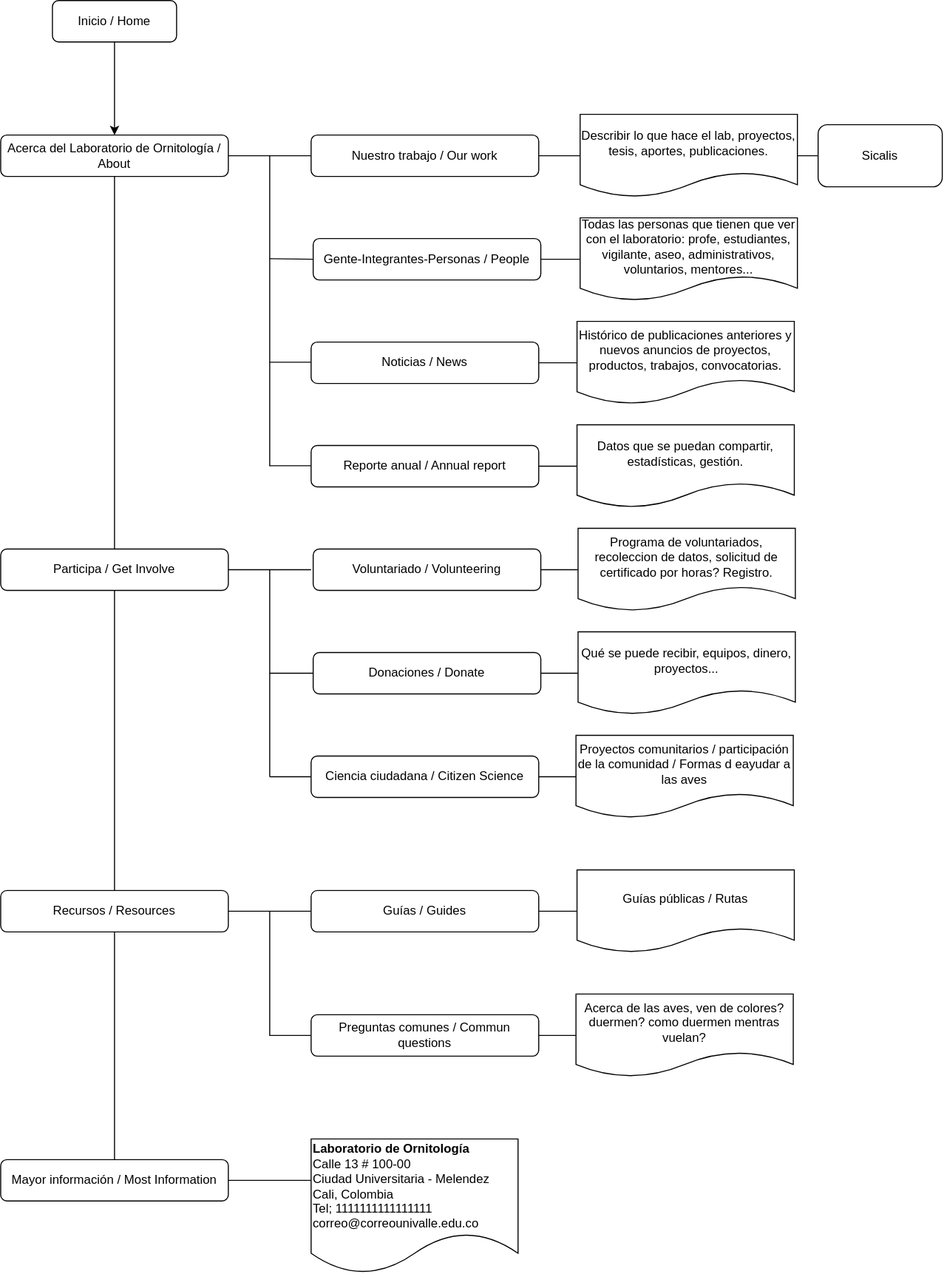
isabelyb/univalle keeps this draw.io diagram as univalle.drawio.svg. Above is the earlier version. Source tidied: cells renumbered, new cells last; positions are measured from the earlier drawing's top-left corner, leaving out a move shared by most shapes.
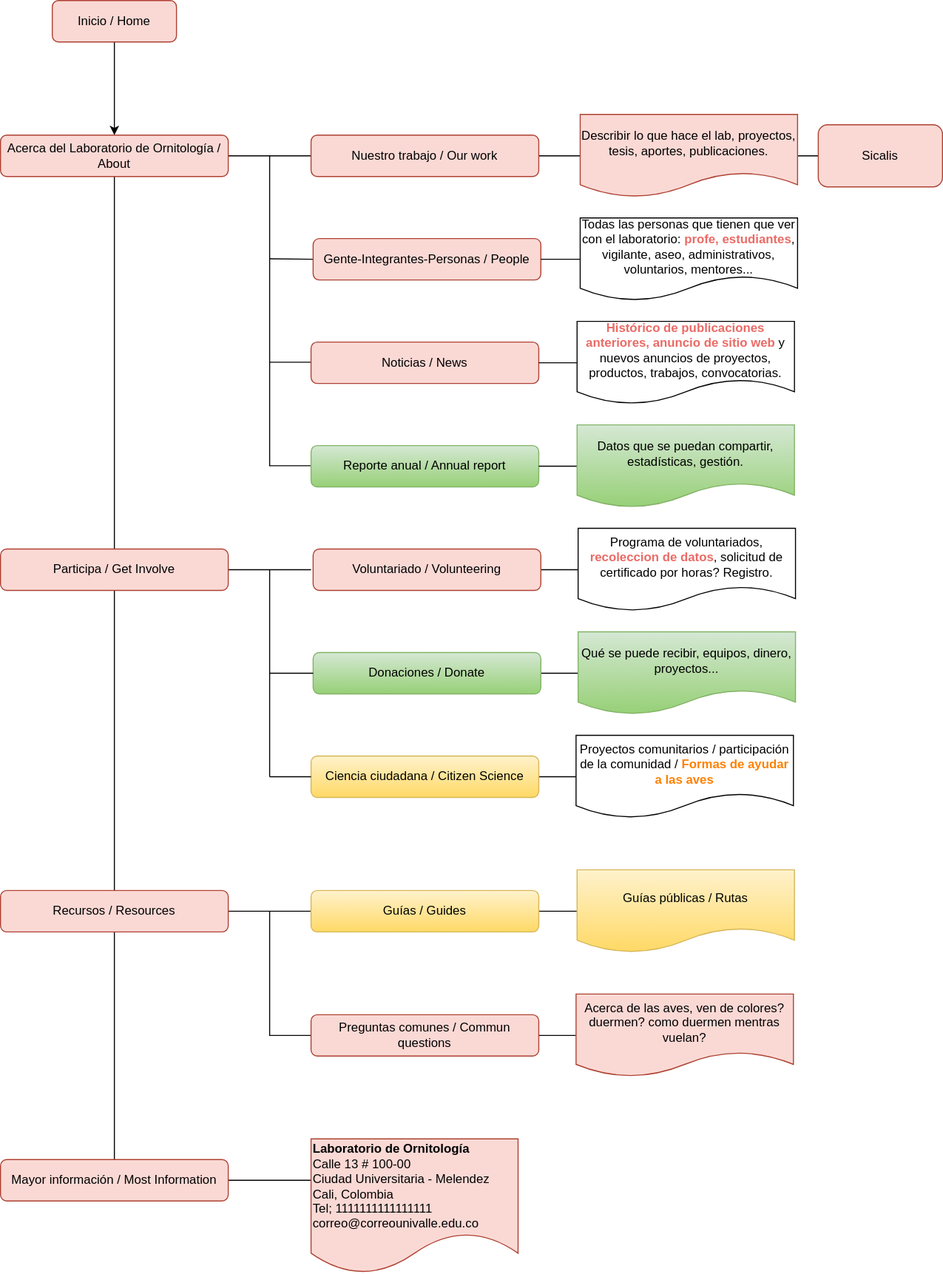
The same file after the commit.

Diff of the diagram source:
```diff
@@ -5,7 +5,7 @@
     <mxCell id="2" style="edgeStyle=orthogonalEdgeStyle;rounded=0;jettySize=auto;html=1;" parent="1" edge="1" source="3" target="6">
       <mxGeometry relative="1" as="geometry" />
     </mxCell>
-    <mxCell id="3" value="Inicio / Home" style="rounded=1;whiteSpace=wrap;html=1;fontSize=12;glass=0;strokeWidth=1;shadow=0;" parent="1" vertex="1">
+    <mxCell id="3" value="Inicio / Home" style="rounded=1;whiteSpace=wrap;html=1;fontSize=12;glass=0;strokeWidth=1;shadow=0;fillColor=#fad9d5;strokeColor=#ae4132;" parent="1" vertex="1">
       <mxGeometry x="50" width="120" height="40" as="geometry" />
     </mxCell>
     <mxCell id="4" style="edgeStyle=orthogonalEdgeStyle;rounded=0;jettySize=auto;html=1;endArrow=none;endFill=0;" parent="1" edge="1" source="6" target="8">
@@ -14,13 +14,13 @@
     <mxCell id="5" style="edgeStyle=orthogonalEdgeStyle;rounded=0;jettySize=auto;html=1;endArrow=none;endFill=0;" parent="1" edge="1" source="6" target="26">
       <mxGeometry relative="1" as="geometry" />
     </mxCell>
-    <mxCell id="6" value="Acerca del Laboratorio de Ornitología / About" style="rounded=1;whiteSpace=wrap;html=1;fontSize=12;glass=0;strokeWidth=1;shadow=0;" parent="1" vertex="1">
+    <mxCell id="6" value="Acerca del Laboratorio de Ornitología / About" style="rounded=1;whiteSpace=wrap;html=1;fontSize=12;glass=0;strokeWidth=1;shadow=0;fillColor=#fad9d5;strokeColor=#ae4132;" parent="1" vertex="1">
       <mxGeometry y="130" width="220" height="40" as="geometry" />
     </mxCell>
     <mxCell id="7" style="edgeStyle=orthogonalEdgeStyle;rounded=0;jettySize=auto;html=1;endArrow=none;endFill=0;" parent="1" edge="1" source="8" target="20">
       <mxGeometry relative="1" as="geometry" />
     </mxCell>
-    <mxCell id="8" value="Nuestro trabajo / Our work" style="rounded=1;whiteSpace=wrap;html=1;fontSize=12;glass=0;strokeWidth=1;shadow=0;" parent="1" vertex="1">
+    <mxCell id="8" value="Nuestro trabajo / Our work" style="rounded=1;whiteSpace=wrap;html=1;fontSize=12;glass=0;strokeWidth=1;shadow=0;fillColor=#fad9d5;strokeColor=#ae4132;" parent="1" vertex="1">
       <mxGeometry x="300" y="130" width="220" height="40" as="geometry" />
     </mxCell>
     <mxCell id="9" style="endArrow=none;html=1;rounded=0;endFill=0;" parent="1" edge="1">
@@ -34,7 +34,7 @@
         <mxPoint x="260" y="249.5" as="sourcePoint" />
       </mxGeometry>
     </mxCell>
-    <mxCell id="11" value="Gente-Integrantes-Personas / People" style="rounded=1;whiteSpace=wrap;html=1;fontSize=12;glass=0;strokeWidth=1;shadow=0;" parent="1" vertex="1">
+    <mxCell id="11" value="Gente-Integrantes-Personas / People" style="rounded=1;whiteSpace=wrap;html=1;fontSize=12;glass=0;strokeWidth=1;shadow=0;fillColor=#fad9d5;strokeColor=#ae4132;" parent="1" vertex="1">
       <mxGeometry x="302" y="230" width="220" height="40" as="geometry" />
     </mxCell>
     <mxCell id="12" style="endArrow=none;html=1;rounded=0;endFill=0;" parent="1" edge="1">
@@ -46,7 +46,7 @@
         </Array>
       </mxGeometry>
     </mxCell>
-    <mxCell id="13" value="Noticias / News" style="rounded=1;whiteSpace=wrap;html=1;fontSize=12;glass=0;strokeWidth=1;shadow=0;" parent="1" vertex="1">
+    <mxCell id="13" value="Noticias / News" style="rounded=1;whiteSpace=wrap;html=1;fontSize=12;glass=0;strokeWidth=1;shadow=0;fillColor=#fad9d5;strokeColor=#ae4132;" parent="1" vertex="1">
       <mxGeometry x="300" y="330" width="220" height="40" as="geometry" />
     </mxCell>
     <mxCell id="14" style="endArrow=none;html=1;rounded=0;endFill=0;" parent="1" edge="1">
@@ -58,13 +58,13 @@
         </Array>
       </mxGeometry>
     </mxCell>
-    <mxCell id="15" value="Reporte anual / Annual report" style="rounded=1;whiteSpace=wrap;html=1;fontSize=12;glass=0;strokeWidth=1;shadow=0;" parent="1" vertex="1">
+    <mxCell id="15" value="Reporte anual / Annual report" style="rounded=1;whiteSpace=wrap;html=1;fontSize=12;glass=0;strokeWidth=1;shadow=0;fillColor=#d5e8d4;gradientColor=#97d077;strokeColor=#82b366;" parent="1" vertex="1">
       <mxGeometry x="300" y="430" width="220" height="40" as="geometry" />
     </mxCell>
     <mxCell id="16" style="edgeStyle=orthogonalEdgeStyle;rounded=0;jettySize=auto;html=1;endArrow=none;endFill=0;" parent="1" edge="1" source="17" target="15">
       <mxGeometry relative="1" as="geometry" />
     </mxCell>
-    <mxCell id="17" value="Datos que se puedan compartir, estadísticas, gestión." style="shape=document;whiteSpace=wrap;html=1;boundedLbl=1;rounded=1;shadow=0;strokeWidth=1;glass=0;" parent="1" vertex="1">
+    <mxCell id="17" value="Datos que se puedan compartir, estadísticas, gestión." style="shape=document;whiteSpace=wrap;html=1;boundedLbl=1;rounded=1;shadow=0;strokeWidth=1;glass=0;fillColor=#d5e8d4;gradientColor=#97d077;strokeColor=#82b366;" parent="1" vertex="1">
       <mxGeometry x="557" y="410" width="210" height="80" as="geometry" />
     </mxCell>
     <mxCell id="18" style="edgeStyle=orthogonalEdgeStyle;rounded=0;jettySize=auto;html=1;endArrow=none;endFill=0;exitX=1;exitY=0.5;exitDx=0;exitDy=0;exitPerimeter=0;" parent="1" edge="1" source="11" target="21">
@@ -73,16 +73,16 @@
     <mxCell id="19" style="edgeStyle=orthogonalEdgeStyle;rounded=0;jettySize=auto;html=1;endArrow=none;endFill=0;" parent="1" edge="1" source="20" target="52">
       <mxGeometry relative="1" as="geometry" />
     </mxCell>
-    <mxCell id="20" value="Describir lo que hace el lab, proyectos, tesis, aportes, publicaciones." style="shape=document;whiteSpace=wrap;html=1;boundedLbl=1;rounded=1;shadow=0;strokeWidth=1;glass=0;" parent="1" vertex="1">
+    <mxCell id="20" value="Describir lo que hace el lab, proyectos, tesis, aportes, publicaciones." style="shape=document;whiteSpace=wrap;html=1;boundedLbl=1;rounded=1;shadow=0;strokeWidth=1;glass=0;fillColor=#fad9d5;strokeColor=#ae4132;" parent="1" vertex="1">
       <mxGeometry x="560" y="110" width="210" height="80" as="geometry" />
     </mxCell>
-    <mxCell id="21" value="Todas las personas que tienen que ver con el laboratorio: profe, estudiantes, vigilante, aseo, administrativos, voluntarios, mentores..." style="shape=document;whiteSpace=wrap;html=1;boundedLbl=1;rounded=1;shadow=0;strokeWidth=1;glass=0;" parent="1" vertex="1">
+    <mxCell id="21" value="Todas las personas que tienen que ver con el laboratorio: &lt;font color=&quot;#ea6b66&quot;&gt;&lt;b&gt;profe, estudiantes&lt;/b&gt;&lt;/font&gt;, vigilante, aseo, administrativos, voluntarios, mentores..." style="shape=document;whiteSpace=wrap;html=1;boundedLbl=1;rounded=1;shadow=0;strokeWidth=1;glass=0;" parent="1" vertex="1">
       <mxGeometry x="560" y="210" width="210" height="80" as="geometry" />
     </mxCell>
     <mxCell id="22" style="edgeStyle=orthogonalEdgeStyle;rounded=0;jettySize=auto;html=1;endArrow=none;endFill=0;exitX=1;exitY=0.5;exitDx=0;exitDy=0;" parent="1" edge="1" source="13" target="23">
       <mxGeometry relative="1" as="geometry" />
     </mxCell>
-    <mxCell id="23" value="Histórico de publicaciones anteriores y nuevos anuncios de proyectos, productos, trabajos, convocatorias." style="shape=document;whiteSpace=wrap;html=1;boundedLbl=1;rounded=1;shadow=0;strokeWidth=1;glass=0;" parent="1" vertex="1">
+    <mxCell id="23" value="&lt;font color=&quot;#ea6b66&quot;&gt;&lt;b&gt;Histórico de publicaciones anteriores, anuncio de sitio web&lt;/b&gt;&lt;/font&gt; y nuevos anuncios de proyectos, productos, trabajos, convocatorias." style="shape=document;whiteSpace=wrap;html=1;boundedLbl=1;rounded=1;shadow=0;strokeWidth=1;glass=0;" parent="1" vertex="1">
       <mxGeometry x="557" y="310" width="210" height="80" as="geometry" />
     </mxCell>
     <mxCell id="24" style="edgeStyle=orthogonalEdgeStyle;rounded=0;jettySize=auto;html=1;endArrow=none;endFill=0;" parent="1" edge="1" source="26">
@@ -93,7 +93,7 @@
     <mxCell id="25" style="edgeStyle=orthogonalEdgeStyle;rounded=0;jettySize=auto;html=1;endArrow=none;endFill=0;" parent="1" edge="1" source="26" target="41">
       <mxGeometry relative="1" as="geometry" />
     </mxCell>
-    <mxCell id="26" value="Participa / Get Involve" style="whiteSpace=wrap;html=1;rounded=1;shadow=0;strokeWidth=1;glass=0;" parent="1" vertex="1">
+    <mxCell id="26" value="Participa / Get Involve" style="whiteSpace=wrap;html=1;rounded=1;shadow=0;strokeWidth=1;glass=0;fillColor=#fad9d5;strokeColor=#ae4132;" parent="1" vertex="1">
       <mxGeometry y="530" width="220" height="40" as="geometry" />
     </mxCell>
     <mxCell id="27" style="endArrow=none;html=1;rounded=0;" parent="1" edge="1">
@@ -105,19 +105,19 @@
     <mxCell id="28" style="edgeStyle=orthogonalEdgeStyle;rounded=0;jettySize=auto;html=1;endArrow=none;endFill=0;" parent="1" edge="1" source="29" target="30">
       <mxGeometry relative="1" as="geometry" />
     </mxCell>
-    <mxCell id="29" value="Voluntariado / Volunteering" style="rounded=1;whiteSpace=wrap;html=1;fontSize=12;glass=0;strokeWidth=1;shadow=0;" parent="1" vertex="1">
+    <mxCell id="29" value="Voluntariado / Volunteering" style="rounded=1;whiteSpace=wrap;html=1;fontSize=12;glass=0;strokeWidth=1;shadow=0;fillColor=#fad9d5;strokeColor=#ae4132;" parent="1" vertex="1">
       <mxGeometry x="302" y="530" width="220" height="40" as="geometry" />
     </mxCell>
-    <mxCell id="30" value="Programa de voluntariados, recoleccion de datos, solicitud de certificado por horas? Registro." style="shape=document;whiteSpace=wrap;html=1;boundedLbl=1;rounded=1;shadow=0;strokeWidth=1;glass=0;" parent="1" vertex="1">
+    <mxCell id="30" value="Programa de voluntariados, &lt;b&gt;&lt;font color=&quot;#ea6b66&quot;&gt;recoleccion de datos&lt;/font&gt;&lt;/b&gt;, solicitud de certificado por horas? Registro." style="shape=document;whiteSpace=wrap;html=1;boundedLbl=1;rounded=1;shadow=0;strokeWidth=1;glass=0;" parent="1" vertex="1">
       <mxGeometry x="558" y="510" width="210" height="80" as="geometry" />
     </mxCell>
     <mxCell id="31" style="edgeStyle=orthogonalEdgeStyle;rounded=0;jettySize=auto;html=1;endArrow=none;endFill=0;" parent="1" edge="1" source="32" target="33">
       <mxGeometry relative="1" as="geometry" />
     </mxCell>
-    <mxCell id="32" value="Donaciones / Donate" style="rounded=1;whiteSpace=wrap;html=1;fontSize=12;glass=0;strokeWidth=1;shadow=0;" parent="1" vertex="1">
+    <mxCell id="32" value="Donaciones / Donate" style="rounded=1;whiteSpace=wrap;html=1;fontSize=12;glass=0;strokeWidth=1;shadow=0;fillColor=#d5e8d4;gradientColor=#97d077;strokeColor=#82b366;" parent="1" vertex="1">
       <mxGeometry x="302" y="630" width="220" height="40" as="geometry" />
     </mxCell>
-    <mxCell id="33" value="Qué se puede recibir, equipos, dinero, proyectos..." style="shape=document;whiteSpace=wrap;html=1;boundedLbl=1;rounded=1;shadow=0;strokeWidth=1;glass=0;" parent="1" vertex="1">
+    <mxCell id="33" value="Qué se puede recibir, equipos, dinero, proyectos..." style="shape=document;whiteSpace=wrap;html=1;boundedLbl=1;rounded=1;shadow=0;strokeWidth=1;glass=0;fillColor=#d5e8d4;gradientColor=#97d077;strokeColor=#82b366;" parent="1" vertex="1">
       <mxGeometry x="558" y="610" width="210" height="80" as="geometry" />
     </mxCell>
     <mxCell id="34" style="endArrow=none;html=1;rounded=0;endFill=0;entryX=0;entryY=0.5;entryDx=0;entryDy=0;" parent="1" edge="1" target="32">
@@ -128,10 +128,10 @@
     <mxCell id="35" style="edgeStyle=orthogonalEdgeStyle;rounded=0;jettySize=auto;html=1;endArrow=none;endFill=0;" parent="1" edge="1" source="36" target="37">
       <mxGeometry relative="1" as="geometry" />
     </mxCell>
-    <mxCell id="36" value="Ciencia ciudadana / Citizen Science" style="rounded=1;whiteSpace=wrap;html=1;fontSize=12;glass=0;strokeWidth=1;shadow=0;" parent="1" vertex="1">
+    <mxCell id="36" value="Ciencia ciudadana / Citizen Science" style="rounded=1;whiteSpace=wrap;html=1;fontSize=12;glass=0;strokeWidth=1;shadow=0;fillColor=#fff2cc;gradientColor=#ffd966;strokeColor=#d6b656;" parent="1" vertex="1">
       <mxGeometry x="300" y="730" width="220" height="40" as="geometry" />
     </mxCell>
-    <mxCell id="37" value="Proyectos comunitarios / participación de la comunidad / Formas d eayudar a las aves" style="shape=document;whiteSpace=wrap;html=1;boundedLbl=1;rounded=1;shadow=0;strokeWidth=1;glass=0;" parent="1" vertex="1">
+    <mxCell id="37" value="Proyectos comunitarios / participación de la comunidad / &lt;font color=&quot;#ff8000&quot;&gt;&lt;b&gt;Formas de ayudar a las aves&lt;/b&gt;&lt;/font&gt;" style="shape=document;whiteSpace=wrap;html=1;boundedLbl=1;rounded=1;shadow=0;strokeWidth=1;glass=0;" parent="1" vertex="1">
       <mxGeometry x="556" y="710" width="210" height="80" as="geometry" />
     </mxCell>
     <mxCell id="38" style="endArrow=none;html=1;rounded=0;" parent="1" edge="1">
@@ -146,7 +146,7 @@
     <mxCell id="40" style="edgeStyle=orthogonalEdgeStyle;rounded=0;jettySize=auto;html=1;endArrow=none;endFill=0;" parent="1" edge="1" source="41" target="50">
       <mxGeometry relative="1" as="geometry" />
     </mxCell>
-    <mxCell id="41" value="Recursos / Resources" style="whiteSpace=wrap;html=1;rounded=1;shadow=0;strokeWidth=1;glass=0;" parent="1" vertex="1">
+    <mxCell id="41" value="Recursos / Resources" style="whiteSpace=wrap;html=1;rounded=1;shadow=0;strokeWidth=1;glass=0;fillColor=#fad9d5;strokeColor=#ae4132;" parent="1" vertex="1">
       <mxGeometry y="860" width="220" height="40" as="geometry" />
     </mxCell>
     <mxCell id="42" style="edgeStyle=orthogonalEdgeStyle;rounded=0;jettySize=auto;html=1;endArrow=none;endFill=0;" parent="1" edge="1" source="44" target="45">
@@ -161,19 +161,19 @@
         </Array>
       </mxGeometry>
     </mxCell>
-    <mxCell id="44" value="Guías / Guides" style="whiteSpace=wrap;html=1;rounded=1;shadow=0;strokeWidth=1;glass=0;" parent="1" vertex="1">
+    <mxCell id="44" value="Guías / Guides" style="whiteSpace=wrap;html=1;rounded=1;shadow=0;strokeWidth=1;glass=0;fillColor=#fff2cc;gradientColor=#ffd966;strokeColor=#d6b656;" parent="1" vertex="1">
       <mxGeometry x="300" y="860" width="220" height="40" as="geometry" />
     </mxCell>
-    <mxCell id="45" value="Guías públicas / Rutas" style="shape=document;whiteSpace=wrap;html=1;boundedLbl=1;rounded=1;shadow=0;strokeWidth=1;glass=0;" parent="1" vertex="1">
+    <mxCell id="45" value="Guías públicas / Rutas" style="shape=document;whiteSpace=wrap;html=1;boundedLbl=1;rounded=1;shadow=0;strokeWidth=1;glass=0;fillColor=#fff2cc;gradientColor=#ffd966;strokeColor=#d6b656;" parent="1" vertex="1">
       <mxGeometry x="557" y="840" width="210" height="80" as="geometry" />
     </mxCell>
     <mxCell id="46" style="edgeStyle=orthogonalEdgeStyle;rounded=0;jettySize=auto;html=1;endArrow=none;endFill=0;" parent="1" edge="1" source="47" target="48">
       <mxGeometry relative="1" as="geometry" />
     </mxCell>
-    <mxCell id="47" value="Preguntas comunes / Commun questions" style="whiteSpace=wrap;html=1;rounded=1;shadow=0;strokeWidth=1;glass=0;" parent="1" vertex="1">
+    <mxCell id="47" value="Preguntas comunes / Commun questions" style="whiteSpace=wrap;html=1;rounded=1;shadow=0;strokeWidth=1;glass=0;fillColor=#fad9d5;strokeColor=#ae4132;" parent="1" vertex="1">
       <mxGeometry x="300" y="980" width="220" height="40" as="geometry" />
     </mxCell>
-    <mxCell id="48" value="Acerca de las aves, ven de colores? duermen? como duermen mentras vuelan?" style="shape=document;whiteSpace=wrap;html=1;boundedLbl=1;rounded=1;shadow=0;strokeWidth=1;glass=0;" parent="1" vertex="1">
+    <mxCell id="48" value="Acerca de las aves, ven de colores? duermen? como duermen mentras vuelan?" style="shape=document;whiteSpace=wrap;html=1;boundedLbl=1;rounded=1;shadow=0;strokeWidth=1;glass=0;fillColor=#fad9d5;strokeColor=#ae4132;" parent="1" vertex="1">
       <mxGeometry x="556" y="960" width="210" height="80" as="geometry" />
     </mxCell>
     <mxCell id="49" style="edgeStyle=orthogonalEdgeStyle;rounded=0;jettySize=auto;html=1;endArrow=none;endFill=0;" parent="1" edge="1" source="50">
@@ -181,13 +181,13 @@
         <mxPoint x="300" y="1140" as="targetPoint" />
       </mxGeometry>
     </mxCell>
-    <mxCell id="50" value="Mayor información / Most Information" style="whiteSpace=wrap;html=1;rounded=1;shadow=0;strokeWidth=1;glass=0;" parent="1" vertex="1">
+    <mxCell id="50" value="Mayor información / Most Information" style="whiteSpace=wrap;html=1;rounded=1;shadow=0;strokeWidth=1;glass=0;fillColor=#fad9d5;strokeColor=#ae4132;" parent="1" vertex="1">
       <mxGeometry y="1120" width="220" height="40" as="geometry" />
     </mxCell>
-    <mxCell id="51" value="&lt;b&gt;Laboratorio de Ornitología&lt;/b&gt;&lt;br&gt;&lt;div&gt;&lt;span&gt;Calle 13 # 100-00&lt;/span&gt;&lt;br&gt;&lt;/div&gt;&lt;div&gt;&lt;span&gt;&lt;div&gt;Ciudad Universitaria - Melendez&lt;/div&gt;&lt;div&gt;Cali, Colombia&lt;/div&gt;&lt;div&gt;Tel; 1111111111111111&lt;/div&gt;&lt;div&gt;correo@correounivalle.edu.co&lt;/div&gt;&lt;/span&gt;&lt;/div&gt;" style="shape=document;whiteSpace=wrap;html=1;boundedLbl=1;rounded=1;shadow=0;strokeWidth=1;glass=0;align=left;" parent="1" vertex="1">
+    <mxCell id="51" value="&lt;b&gt;Laboratorio de Ornitología&lt;/b&gt;&lt;br&gt;&lt;div&gt;&lt;span&gt;Calle 13 # 100-00&lt;/span&gt;&lt;br&gt;&lt;/div&gt;&lt;div&gt;&lt;span&gt;&lt;div&gt;Ciudad Universitaria - Melendez&lt;/div&gt;&lt;div&gt;Cali, Colombia&lt;/div&gt;&lt;div&gt;Tel; 1111111111111111&lt;/div&gt;&lt;div&gt;correo@correounivalle.edu.co&lt;/div&gt;&lt;/span&gt;&lt;/div&gt;" style="shape=document;whiteSpace=wrap;html=1;boundedLbl=1;rounded=1;shadow=0;strokeWidth=1;glass=0;align=left;fillColor=#fad9d5;strokeColor=#ae4132;" parent="1" vertex="1">
       <mxGeometry x="300" y="1100" width="200" height="130" as="geometry" />
     </mxCell>
-    <mxCell id="52" value="Sicalis" style="rounded=1;whiteSpace=wrap;html=1;shadow=0;strokeWidth=1;glass=0;" parent="1" vertex="1">
+    <mxCell id="52" value="Sicalis" style="rounded=1;whiteSpace=wrap;html=1;shadow=0;strokeWidth=1;glass=0;fillColor=#fad9d5;strokeColor=#ae4132;" parent="1" vertex="1">
       <mxGeometry x="790" y="120" width="120" height="60" as="geometry" />
     </mxCell>
   </root>
```
